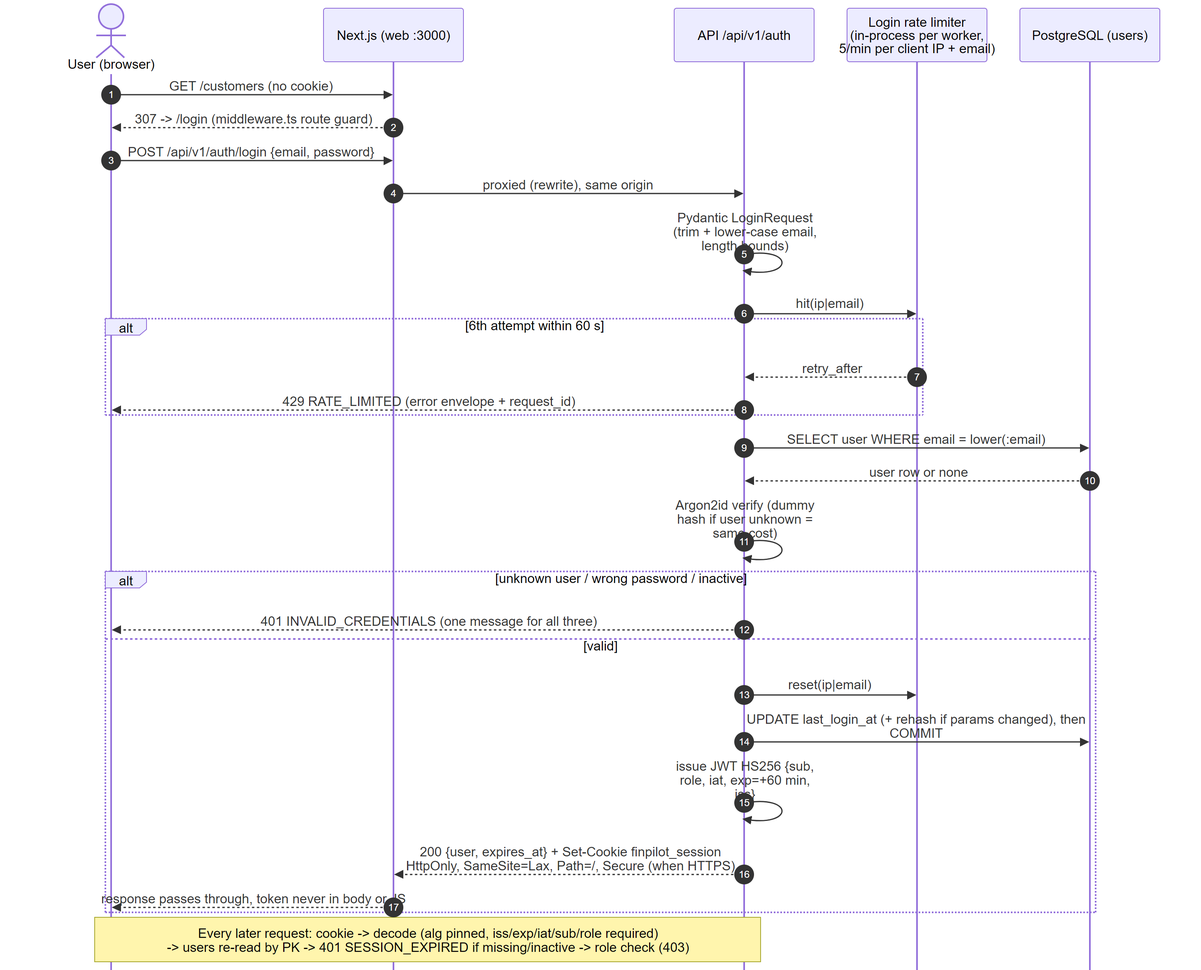
The Mermaid diagram docs/architecture/diagrams/login-sequence.png in vijaytectra/finpilot, before a commit. Its source is kept beside it as docs/architecture/diagrams/login-sequence.mmd.
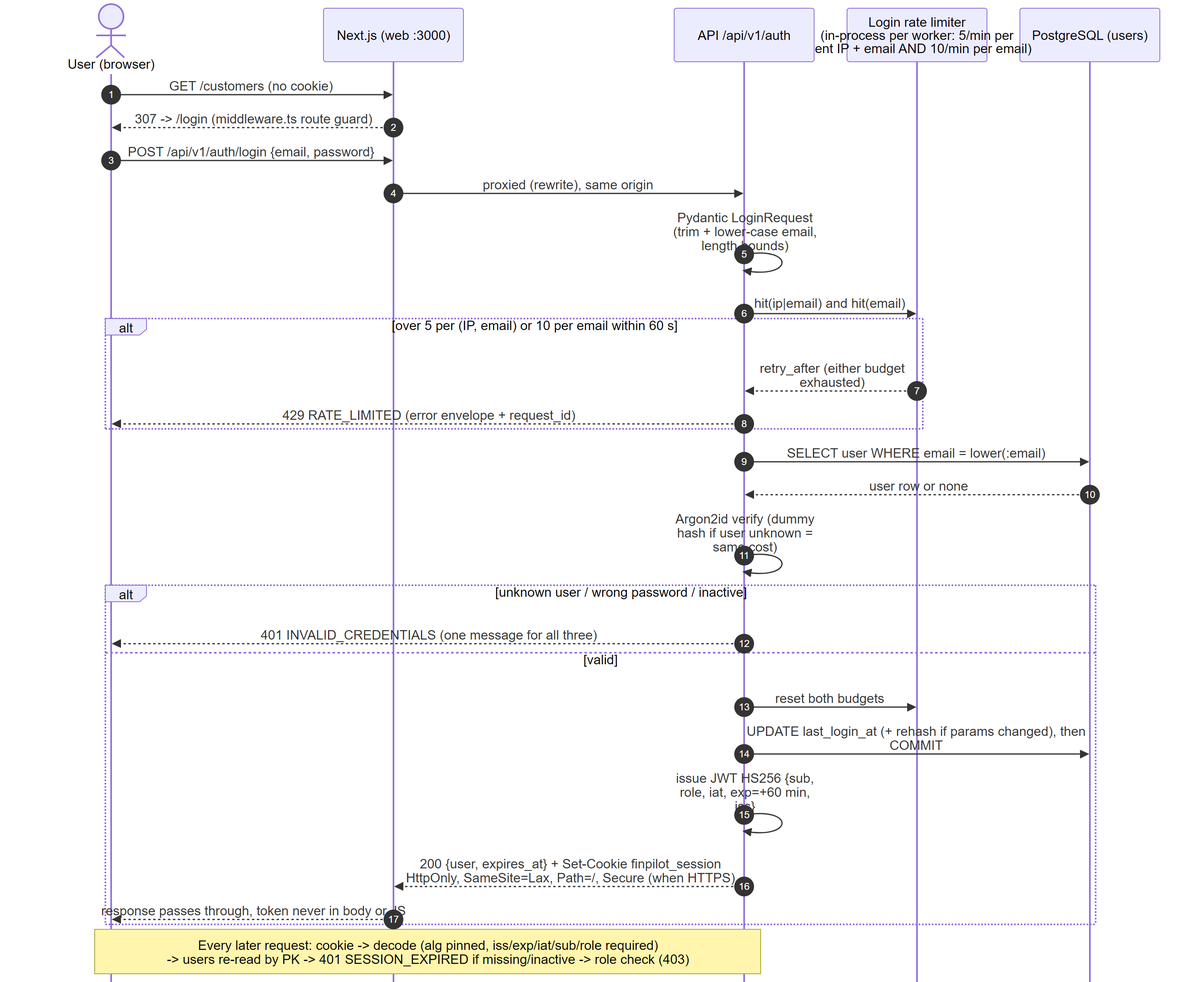
After the commit.

Commit message:
docs(arch): show both login budgets, trusted-proxy default and the web CI job in diagrams

Diff of the diagram source:
```diff
@@ -3,7 +3,7 @@
     actor U as User (browser)
     participant W as Next.js (web :3000)
     participant A as API /api/v1/auth
-    participant L as Login rate limiter<br/>(in-process per worker,<br/>5/min per client IP + email)
+    participant L as Login rate limiter<br/>(in-process per worker: 5/min per<br/>client IP + email AND 10/min per email)
     participant DB as PostgreSQL (users)
 
     U->>W: GET /customers (no cookie)
@@ -11,9 +11,9 @@
     U->>W: POST /api/v1/auth/login {email, password}
     W->>A: proxied (rewrite), same origin
     A->>A: Pydantic LoginRequest (trim + lower-case email, length bounds)
-    A->>L: hit(ip|email)
-    alt 6th attempt within 60 s
-        L-->>A: retry_after
+    A->>L: hit(ip|email) and hit(email)
+    alt over 5 per (IP, email) or 10 per email within 60 s
+        L-->>A: retry_after (either budget exhausted)
         A-->>U: 429 RATE_LIMITED (error envelope + request_id)
     end
     A->>DB: SELECT user WHERE email = lower(:email)
@@ -22,7 +22,7 @@
     alt unknown user / wrong password / inactive
         A-->>U: 401 INVALID_CREDENTIALS (one message for all three)
     else valid
-        A->>L: reset(ip|email)
+        A->>L: reset both budgets
         A->>DB: UPDATE last_login_at (+ rehash if params changed), then COMMIT
         A->>A: issue JWT HS256 {sub, role, iat, exp=+60 min, iss}
         A-->>W: 200 {user, expires_at} + Set-Cookie finpilot_session<br/>HttpOnly, SameSite=Lax, Path=/, Secure (when HTTPS)
```
